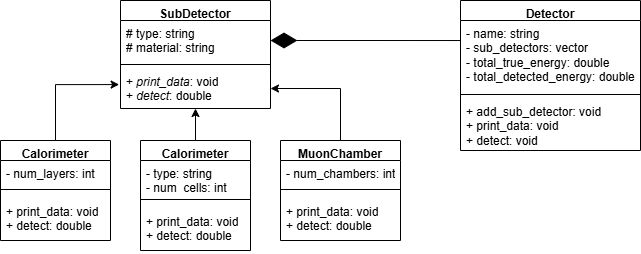
The draw.io diagram detector.drawio.png in jonnie78/Project-Report, before a commit. Source tidied: cells renumbered, new cells last; positions are measured from the earlier drawing's top-left corner, leaving out a move shared by most shapes.
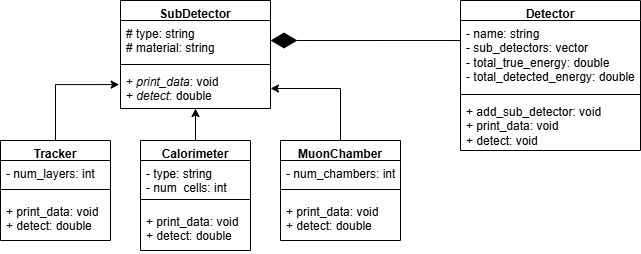
After the commit.

Commit message:
fixed error in detector diagram

What changed in the source:
```diff
@@ -29,7 +29,7 @@
     <mxCell id="10" value="&lt;div&gt;&lt;span style=&quot;background-color: transparent; color: light-dark(rgb(0, 0, 0), rgb(255, 255, 255));&quot;&gt;+ &lt;/span&gt;&lt;span style=&quot;background-color: transparent; color: light-dark(rgb(0, 0, 0), rgb(255, 255, 255));&quot;&gt;print_data&lt;/span&gt;&lt;span style=&quot;background-color: transparent; color: light-dark(rgb(0, 0, 0), rgb(255, 255, 255));&quot;&gt;: void&lt;/span&gt;&lt;/div&gt;&lt;div&gt;&lt;span style=&quot;background-color: transparent; color: light-dark(rgb(0, 0, 0), rgb(255, 255, 255));&quot;&gt;+ detect: double&lt;/span&gt;&lt;/div&gt;" style="text;strokeColor=none;fillColor=none;align=left;verticalAlign=top;spacingLeft=4;spacingRight=4;overflow=hidden;whiteSpace=wrap;html=1;fontSize=12;" parent="7" vertex="1">
       <mxGeometry y="68" width="110" height="42" as="geometry" />
     </mxCell>
-    <mxCell id="11" value="Calorimeter" style="swimlane;fontStyle=1;align=center;verticalAlign=top;horizontal=1;startSize=20;whiteSpace=wrap;html=1;fontSize=12;" parent="1" vertex="1">
+    <mxCell id="11" value="Tracker" style="swimlane;fontStyle=1;align=center;verticalAlign=top;horizontal=1;startSize=20;whiteSpace=wrap;html=1;fontSize=12;" parent="1" vertex="1">
       <mxGeometry y="140" width="110" height="100" as="geometry" />
     </mxCell>
     <mxCell id="12" value="&lt;div&gt;&lt;span style=&quot;background-color: transparent; color: light-dark(rgb(0, 0, 0), rgb(255, 255, 255));&quot;&gt;- num_layers: int&lt;/span&gt;&lt;/div&gt;" style="text;strokeColor=none;fillColor=none;align=left;verticalAlign=top;spacingLeft=4;spacingRight=4;overflow=hidden;whiteSpace=wrap;html=1;fontSize=12;" parent="11" vertex="1">
```
